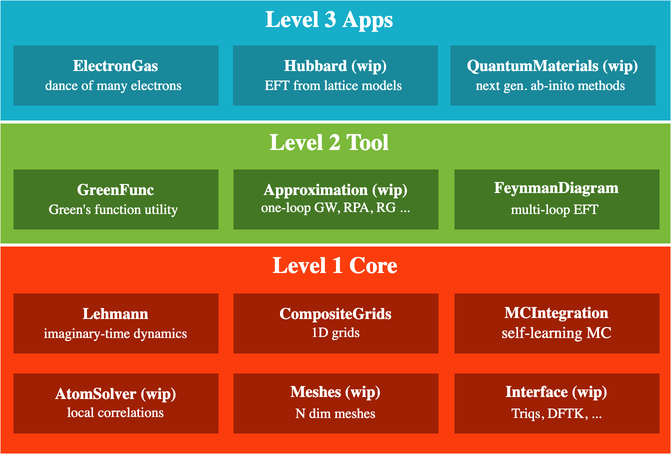
numericalEFT/NumericalEFT.jl keeps this draw.io diagram as docs/src/assets/numericalEFT.png. Above is the earlier version. Source tidied: cells renumbered, new cells last; positions are measured from the earlier drawing's top-left corner, leaving out a move shared by most shapes.
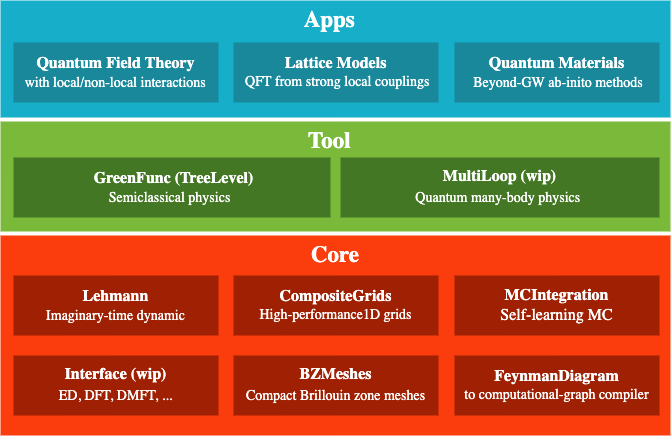
The same file after the commit.

The edit, as a diff of the source:
```diff
@@ -2,50 +2,47 @@
   <root>
     <mxCell id="0" />
     <mxCell id="1" parent="0" />
-    <mxCell id="2" value="&lt;b&gt;&lt;font style=&quot;font-size: 23px&quot; color=&quot;#ffffff&quot;&gt;Level 1 Core&lt;/font&gt;&lt;/b&gt;" style="rounded=0;whiteSpace=wrap;html=1;verticalAlign=top;fontColor=#7EA6E0;fillColor=#FB3D0D;strokeColor=none;fontFamily=Garamond;" parent="1" vertex="1">
-      <mxGeometry y="246" width="670" height="207" as="geometry" />
+    <mxCell id="2" value="&lt;b&gt;&lt;font style=&quot;font-size: 23px&quot; color=&quot;#ffffff&quot;&gt;Core&lt;/font&gt;&lt;/b&gt;" style="rounded=0;whiteSpace=wrap;html=1;verticalAlign=top;fontColor=#7EA6E0;fillColor=#FB3D0D;strokeColor=none;fontFamily=Garamond;" parent="1" vertex="1">
+      <mxGeometry y="253" width="670" height="200" as="geometry" />
     </mxCell>
-    <mxCell id="3" value="&lt;font style=&quot;font-size: 16px&quot;&gt;&lt;b&gt;MCIntegration&lt;/b&gt;&lt;br&gt;self-learning MC&lt;br&gt;&lt;/font&gt;" style="rounded=0;whiteSpace=wrap;html=1;fillColor=#9F2003;strokeColor=none;fontColor=#FFFFFF;fontFamily=Garamond;" parent="1" vertex="1">
+    <mxCell id="3" value="&lt;font style=&quot;font-size: 16px&quot;&gt;&lt;b&gt;MCIntegration&lt;/b&gt;&lt;br&gt;Self-learning MC&lt;br&gt;&lt;/font&gt;" style="rounded=0;whiteSpace=wrap;html=1;fillColor=#9F2003;strokeColor=none;fontColor=#FFFFFF;fontFamily=Garamond;" parent="1" vertex="1">
       <mxGeometry x="454" y="293" width="205" height="60" as="geometry" />
     </mxCell>
-    <mxCell id="4" value="&lt;p style=&quot;line-height: 150%&quot;&gt;&lt;b&gt;&lt;font style=&quot;font-size: 16px&quot;&gt;Lehmann&lt;br&gt;&lt;/font&gt;&lt;/b&gt;&lt;span style=&quot;font-size: 14px&quot;&gt;imaginary-time dynamics&lt;/span&gt;&lt;b&gt;&lt;font style=&quot;font-size: 16px&quot;&gt;&lt;br&gt;&lt;/font&gt;&lt;/b&gt;&lt;/p&gt;" style="rounded=0;whiteSpace=wrap;html=1;fillColor=#9F2003;strokeColor=none;fontColor=#FFFFFF;fontFamily=Garamond;" parent="1" vertex="1">
+    <mxCell id="4" value="&lt;p style=&quot;line-height: 150%&quot;&gt;&lt;b&gt;&lt;font style=&quot;font-size: 16px&quot;&gt;Lehmann&lt;br&gt;&lt;/font&gt;&lt;/b&gt;&lt;span style=&quot;font-size: 14px&quot;&gt;Imaginary-time dynamic&lt;/span&gt;&lt;b&gt;&lt;font style=&quot;font-size: 16px&quot;&gt;&lt;br&gt;&lt;/font&gt;&lt;/b&gt;&lt;/p&gt;" style="rounded=0;whiteSpace=wrap;html=1;fillColor=#9F2003;strokeColor=none;fontColor=#FFFFFF;fontFamily=Garamond;" parent="1" vertex="1">
       <mxGeometry x="13" y="293" width="205" height="60" as="geometry" />
     </mxCell>
-    <mxCell id="5" value="&lt;font style=&quot;line-height: 150%&quot;&gt;&lt;b style=&quot;font-size: 16px&quot;&gt;CompositeGrids&lt;/b&gt;&lt;br&gt;&lt;font style=&quot;font-size: 14px&quot;&gt;1D grids&lt;/font&gt;&lt;br&gt;&lt;/font&gt;" style="rounded=0;whiteSpace=wrap;html=1;fillColor=#9F2003;strokeColor=none;fontColor=#FFFFFF;fontFamily=Garamond;" parent="1" vertex="1">
+    <mxCell id="5" value="&lt;font style=&quot;line-height: 150%&quot;&gt;&lt;b style=&quot;font-size: 16px&quot;&gt;CompositeGrids&lt;/b&gt;&lt;br&gt;&lt;font style=&quot;font-size: 14px&quot;&gt;High-performance1D grids&lt;/font&gt;&lt;br&gt;&lt;/font&gt;" style="rounded=0;whiteSpace=wrap;html=1;fillColor=#9F2003;strokeColor=none;fontColor=#FFFFFF;fontFamily=Garamond;" parent="1" vertex="1">
       <mxGeometry x="233" y="293" width="205" height="60" as="geometry" />
     </mxCell>
-    <mxCell id="6" value="&lt;font style=&quot;line-height: 150%&quot;&gt;&lt;b style=&quot;font-size: 16px&quot;&gt;AtomSolver (wip)&lt;/b&gt;&lt;br&gt;&lt;font style=&quot;font-size: 14px&quot;&gt;local correlations&lt;/font&gt;&lt;br&gt;&lt;/font&gt;" style="rounded=0;whiteSpace=wrap;html=1;fillColor=#9F2003;strokeColor=none;fontColor=#FFFFFF;fontFamily=Garamond;" parent="1" vertex="1">
-      <mxGeometry x="13" y="373" width="205" height="60" as="geometry" />
+    <mxCell id="6" value="&lt;font style=&quot;line-height: 150%&quot;&gt;&lt;b style=&quot;font-size: 16px&quot;&gt;FeynmanDiagram&lt;/b&gt;&lt;br&gt;&lt;span style=&quot;font-size: 14px&quot;&gt;to computational-graph compiler&lt;/span&gt;&lt;br&gt;&lt;/font&gt;" style="rounded=0;whiteSpace=wrap;html=1;fillColor=#9F2003;strokeColor=none;fontColor=#FFFFFF;fontFamily=Garamond;" parent="1" vertex="1">
+      <mxGeometry x="454" y="373" width="205" height="60" as="geometry" />
     </mxCell>
-    <mxCell id="7" value="&lt;p style=&quot;line-height: 160%&quot;&gt;&lt;b style=&quot;font-size: 16px&quot;&gt;Meshes (wip)&lt;/b&gt;&lt;br&gt;&lt;font style=&quot;font-size: 14px&quot;&gt;N dim meshes&lt;/font&gt;&lt;/p&gt;" style="rounded=0;whiteSpace=wrap;html=1;fillColor=#9F2003;strokeColor=none;fontColor=#FFFFFF;fontFamily=Garamond;" parent="1" vertex="1">
+    <mxCell id="7" value="&lt;p style=&quot;line-height: 160%&quot;&gt;&lt;b style=&quot;font-size: 16px&quot;&gt;BZMeshes&lt;/b&gt;&lt;br&gt;&lt;span style=&quot;font-size: 14px&quot;&gt;Compact Brillouin zone meshes&lt;/span&gt;&lt;/p&gt;" style="rounded=0;whiteSpace=wrap;html=1;fillColor=#9F2003;strokeColor=none;fontColor=#FFFFFF;fontFamily=Garamond;" parent="1" vertex="1">
       <mxGeometry x="233" y="373" width="205" height="60" as="geometry" />
     </mxCell>
-    <mxCell id="8" value="&lt;b&gt;&lt;font style=&quot;font-size: 23px&quot; color=&quot;#ffffff&quot;&gt;Level 2 Tool&amp;nbsp;&amp;nbsp;&lt;/font&gt;&lt;/b&gt;" style="rounded=0;whiteSpace=wrap;html=1;verticalAlign=top;fontColor=#7EA6E0;fillColor=#7AB93A;strokeColor=none;fontFamily=Garamond;" parent="1" vertex="1">
-      <mxGeometry y="123" width="670" height="120" as="geometry" />
+    <mxCell id="8" value="&lt;b&gt;&lt;font style=&quot;font-size: 23px&quot; color=&quot;#ffffff&quot;&gt;Tool&amp;nbsp;&amp;nbsp;&lt;/font&gt;&lt;/b&gt;" style="rounded=0;whiteSpace=wrap;html=1;verticalAlign=top;fontColor=#7EA6E0;fillColor=#7AB93A;strokeColor=none;fontFamily=Garamond;" parent="1" vertex="1">
+      <mxGeometry y="139" width="670" height="110" as="geometry" />
     </mxCell>
-    <mxCell id="9" value="&lt;font style=&quot;line-height: 150%&quot;&gt;&lt;b style=&quot;font-size: 16px&quot;&gt;GreenFunc&lt;/b&gt;&lt;br&gt;&lt;span style=&quot;font-size: 14px&quot;&gt;Green's function utility&lt;/span&gt;&lt;b style=&quot;font-size: 16px&quot;&gt;&amp;nbsp;&lt;/b&gt;&lt;br&gt;&lt;/font&gt;" style="rounded=0;whiteSpace=wrap;html=1;fillColor=#437724;strokeColor=none;fontColor=#FFFFFF;fontFamily=Garamond;" parent="1" vertex="1">
-      <mxGeometry x="13" y="169" width="205" height="60" as="geometry" />
+    <mxCell id="9" value="&lt;font style=&quot;line-height: 150%&quot;&gt;&lt;span style=&quot;font-size: 16px&quot;&gt;&lt;b&gt;&amp;nbsp;&lt;/b&gt;&lt;/span&gt;&lt;b style=&quot;font-size: 16px&quot;&gt;GreenFunc (TreeLevel)&lt;/b&gt;&lt;br&gt;&lt;span style=&quot;font-size: 14px&quot;&gt;Semiclassical physics&lt;/span&gt;&lt;b style=&quot;font-size: 16px&quot;&gt;&amp;nbsp;&lt;/b&gt;&lt;br&gt;&lt;/font&gt;" style="rounded=0;whiteSpace=wrap;html=1;fillColor=#437724;strokeColor=none;fontColor=#FFFFFF;fontFamily=Garamond;" parent="1" vertex="1">
+      <mxGeometry x="13" y="175" width="317" height="60" as="geometry" />
     </mxCell>
-    <mxCell id="10" value="&lt;font style=&quot;line-height: 140%&quot;&gt;&lt;span style=&quot;font-size: 16px&quot;&gt;&lt;b&gt;Approximation (wip)&lt;/b&gt;&lt;/span&gt;&lt;br&gt;&lt;font style=&quot;font-size: 14px&quot;&gt;one-loop GW, RPA, RG ...&lt;/font&gt;&lt;br&gt;&lt;/font&gt;" style="rounded=0;whiteSpace=wrap;html=1;fillColor=#437724;strokeColor=none;fontColor=#FFFFFF;fontFamily=Garamond;" parent="1" vertex="1">
-      <mxGeometry x="233" y="169" width="205" height="60" as="geometry" />
-    </mxCell>
-    <mxCell id="11" value="&lt;span style=&quot;font-size: 16px&quot;&gt;&lt;b&gt;FeynmanDiagram&lt;br&gt;&lt;/b&gt;&lt;/span&gt;&lt;span style=&quot;font-size: 14px ; line-height: 150%&quot;&gt;multi-loop EFT&amp;nbsp;&lt;/span&gt;" style="rounded=0;whiteSpace=wrap;html=1;fillColor=#437724;strokeColor=none;fontColor=#FFFFFF;fontFamily=Garamond;" parent="1" vertex="1">
-      <mxGeometry x="454" y="169" width="205" height="60" as="geometry" />
+    <mxCell id="11" value="&lt;span style=&quot;font-size: 16px&quot;&gt;&lt;b&gt;MultiLoop (wip)&lt;br&gt;&lt;/b&gt;&lt;/span&gt;&lt;span style=&quot;font-size: 14px ; line-height: 150%&quot;&gt;Quantum many-body physics&amp;nbsp;&lt;/span&gt;" style="rounded=0;whiteSpace=wrap;html=1;fillColor=#437724;strokeColor=none;fontColor=#FFFFFF;fontFamily=Garamond;" parent="1" vertex="1">
+      <mxGeometry x="340" y="175" width="319" height="60" as="geometry" />
     </mxCell>
-    <mxCell id="12" value="&lt;b&gt;&lt;font style=&quot;font-size: 23px&quot; color=&quot;#ffffff&quot;&gt;Level 3 Apps&amp;nbsp;&amp;nbsp;&lt;/font&gt;&lt;/b&gt;" style="rounded=0;whiteSpace=wrap;html=1;verticalAlign=top;fontColor=#7EA6E0;fillColor=#17AECA;strokeColor=none;fontFamily=Garamond;" parent="1" vertex="1">
-      <mxGeometry width="670" height="120" as="geometry" />
+    <mxCell id="12" value="&lt;b&gt;&lt;font style=&quot;font-size: 23px&quot; color=&quot;#ffffff&quot;&gt;Apps&amp;nbsp;&amp;nbsp;&lt;/font&gt;&lt;/b&gt;" style="rounded=0;whiteSpace=wrap;html=1;verticalAlign=top;fontColor=#7EA6E0;fillColor=#17AECA;strokeColor=none;fontFamily=Garamond;" parent="1" vertex="1">
+      <mxGeometry y="18" width="670" height="117" as="geometry" />
     </mxCell>
-    <mxCell id="13" value="&lt;font style=&quot;line-height: 150%&quot;&gt;&lt;span style=&quot;font-size: 16px&quot;&gt;&lt;b&gt;ElectronGas&lt;/b&gt;&lt;/span&gt;&lt;br&gt;&lt;span style=&quot;font-size: 14px&quot;&gt;dance of many electrons&lt;/span&gt;&lt;b style=&quot;font-size: 16px&quot;&gt;&amp;nbsp;&lt;/b&gt;&lt;br&gt;&lt;/font&gt;" style="rounded=0;whiteSpace=wrap;html=1;fillColor=#19889A;strokeColor=none;fontColor=#FFFFFF;fontFamily=Garamond;" parent="1" vertex="1">
-      <mxGeometry x="13" y="45" width="205" height="60" as="geometry" />
+    <mxCell id="13" value="&lt;font style=&quot;line-height: 150%&quot;&gt;&lt;span style=&quot;font-size: 16px&quot;&gt;&lt;b&gt;Quantum Field Theory&lt;/b&gt;&lt;/span&gt;&lt;br&gt;&lt;span style=&quot;font-size: 14px&quot;&gt;&amp;nbsp; with local/non-local interactions&amp;nbsp;&lt;/span&gt;&lt;b style=&quot;font-size: 16px&quot;&gt;&amp;nbsp;&lt;/b&gt;&lt;br&gt;&lt;/font&gt;" style="rounded=0;whiteSpace=wrap;html=1;fillColor=#19889A;strokeColor=none;fontColor=#FFFFFF;fontFamily=Garamond;" parent="1" vertex="1">
+      <mxGeometry x="13" y="60" width="205" height="60" as="geometry" />
     </mxCell>
-    <mxCell id="14" value="&lt;font style=&quot;line-height: 150%&quot;&gt;&lt;span style=&quot;font-size: 16px&quot;&gt;&lt;b&gt;Hubbard (wip)&lt;/b&gt;&lt;/span&gt;&lt;br&gt;&lt;span style=&quot;font-size: 14px&quot;&gt;EFT from lattice models&lt;/span&gt;&lt;b style=&quot;font-size: 16px&quot;&gt;&amp;nbsp;&lt;/b&gt;&lt;br&gt;&lt;/font&gt;" style="rounded=0;whiteSpace=wrap;html=1;fillColor=#19889A;strokeColor=none;fontColor=#FFFFFF;fontFamily=Garamond;" parent="1" vertex="1">
-      <mxGeometry x="232.5" y="45" width="205" height="60" as="geometry" />
+    <mxCell id="14" value="&lt;font style=&quot;line-height: 150%&quot;&gt;&lt;span style=&quot;font-size: 16px&quot;&gt;&lt;b&gt;Lattice Models&lt;br&gt;&lt;/b&gt;&lt;/span&gt;&lt;span style=&quot;font-size: 14px&quot;&gt;&amp;nbsp;QFT from strong local couplings&lt;/span&gt;&lt;br&gt;&lt;/font&gt;" style="rounded=0;whiteSpace=wrap;html=1;fillColor=#19889A;strokeColor=none;fontColor=#FFFFFF;fontFamily=Garamond;" parent="1" vertex="1">
+      <mxGeometry x="233" y="60" width="205" height="60" as="geometry" />
     </mxCell>
-    <mxCell id="15" value="&lt;font style=&quot;line-height: 150%&quot;&gt;&lt;b style=&quot;font-size: 16px&quot;&gt;QuantumMaterials (wip)&lt;/b&gt;&lt;br&gt;&lt;span style=&quot;font-size: 14px&quot;&gt;next gen. ab-inito methods&lt;/span&gt;&lt;b style=&quot;font-size: 16px&quot;&gt;&amp;nbsp;&lt;/b&gt;&lt;br&gt;&lt;/font&gt;" style="rounded=0;whiteSpace=wrap;html=1;fillColor=#19889A;strokeColor=none;fontColor=#FFFFFF;fontFamily=Garamond;" parent="1" vertex="1">
-      <mxGeometry x="450" y="45" width="205" height="60" as="geometry" />
+    <mxCell id="15" value="&lt;font style=&quot;line-height: 150%&quot;&gt;&lt;b style=&quot;font-size: 16px&quot;&gt;Quantum Materials&lt;/b&gt;&lt;br&gt;&lt;span style=&quot;font-size: 14px&quot;&gt;&amp;nbsp; Beyond-GW ab-inito methods&lt;/span&gt;&lt;b style=&quot;font-size: 16px&quot;&gt;&amp;nbsp;&lt;/b&gt;&lt;br&gt;&lt;/font&gt;" style="rounded=0;whiteSpace=wrap;html=1;fillColor=#19889A;strokeColor=none;fontColor=#FFFFFF;fontFamily=Garamond;" parent="1" vertex="1">
+      <mxGeometry x="454" y="60" width="205" height="60" as="geometry" />
     </mxCell>
-    <mxCell id="16" value="&lt;p style=&quot;line-height: 160%&quot;&gt;&lt;span style=&quot;font-size: 16px&quot;&gt;&lt;b&gt;Interface (wip)&lt;/b&gt;&lt;/span&gt;&lt;br&gt;&lt;span style=&quot;font-size: 14px&quot;&gt;Triqs, DFTK, ...&lt;/span&gt;&lt;/p&gt;" style="rounded=0;whiteSpace=wrap;html=1;fillColor=#9F2003;strokeColor=none;fontColor=#FFFFFF;fontFamily=Garamond;" parent="1" vertex="1">
-      <mxGeometry x="454" y="373" width="205" height="60" as="geometry" />
+    <mxCell id="16" value="&lt;p style=&quot;line-height: 160%&quot;&gt;&lt;span style=&quot;font-size: 16px&quot;&gt;&lt;b&gt;Interface (wip)&lt;/b&gt;&lt;/span&gt;&lt;br&gt;&lt;span style=&quot;font-size: 14px&quot;&gt;ED, DFT, DMFT, ...&lt;/span&gt;&lt;/p&gt;" style="rounded=0;whiteSpace=wrap;html=1;fillColor=#9F2003;strokeColor=none;fontColor=#FFFFFF;fontFamily=Garamond;" parent="1" vertex="1">
+      <mxGeometry x="13" y="373" width="205" height="60" as="geometry" />
     </mxCell>
   </root>
 </mxGraphModel>
```
